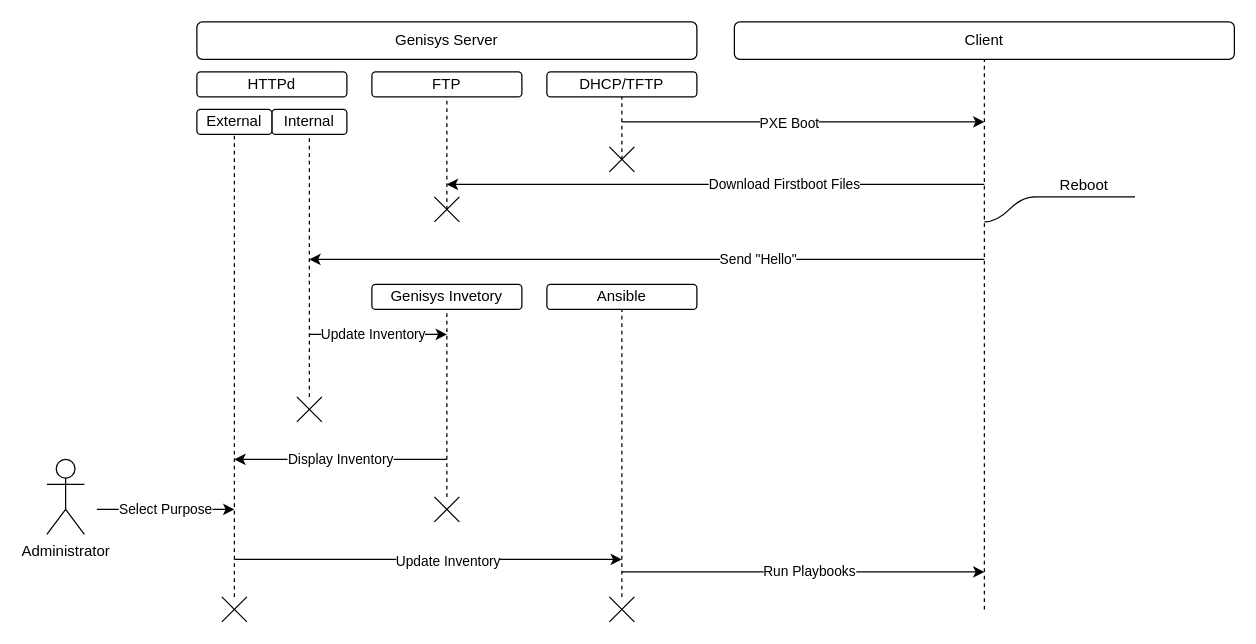
The draw.io diagram documentation/Initialization Process.drawio in xeluior/genisys, before the edit. Source tidied: cells renumbered, new cells numbered last; positions are measured from the earlier drawing's top-left corner, leaving out a move shared by most shapes. Both pictures are drawn from the tidied source at 125%, with x=0, y=0 at pixel (46, 21).
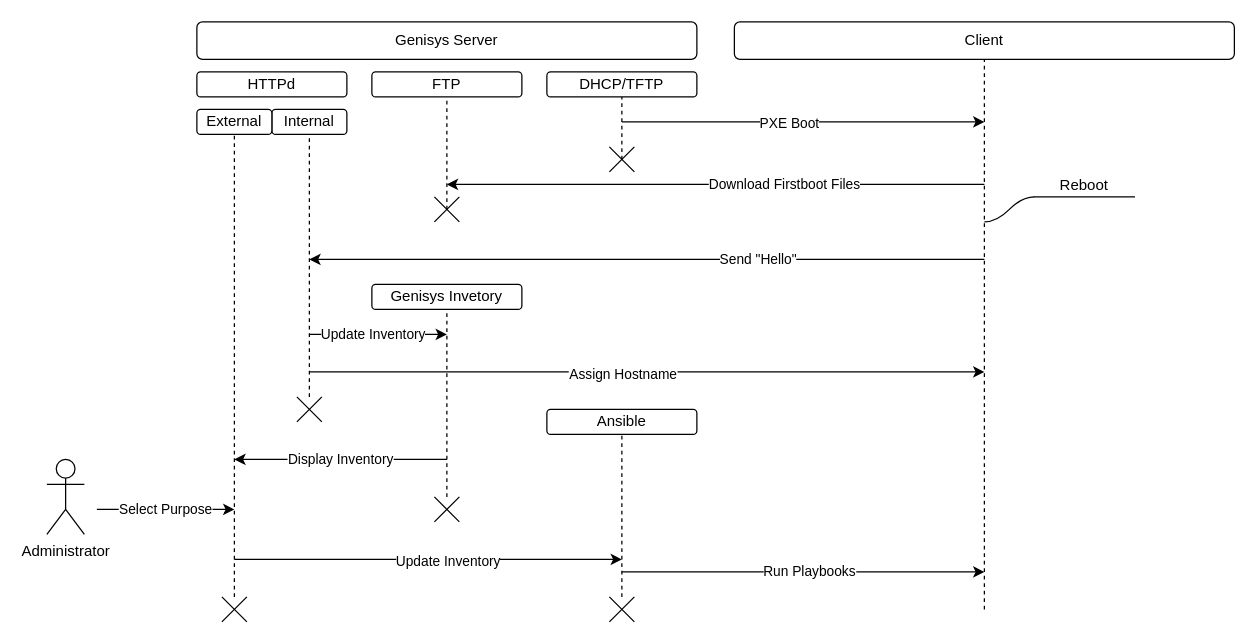
Above is the later version.

Commit message:
Include hostname assignment plan in Drawio diagram

The edit, as a diff of the source:
```diff
@@
     <mxCell id="36" value="Ansible" style="rounded=1;whiteSpace=wrap;html=1;" parent="1" vertex="1">
-      <mxGeometry x="400" y="210" width="120" height="20" as="geometry" />
+      <mxGeometry x="400" y="310" width="120" height="20" as="geometry" />
     </mxCell>
@@
+    <mxCell id="41" style="endArrow=classic;html=1;rounded=0;" parent="1" edge="1">
+      <mxGeometry relative="1" as="geometry">
+        <mxPoint x="210" y="280" as="sourcePoint" />
+        <mxPoint x="750" y="280" as="targetPoint" />
+      </mxGeometry>
+    </mxCell>
+    <mxCell id="42" value="Assign Hostname" style="edgeLabel;html=1;align=center;verticalAlign=middle;rotation=0;" parent="41" vertex="1">
+      <mxGeometry x="0.31" y="-1" relative="1" as="geometry">
+        <mxPoint x="-104" as="offset" />
+      </mxGeometry>
+    </mxCell>
```
